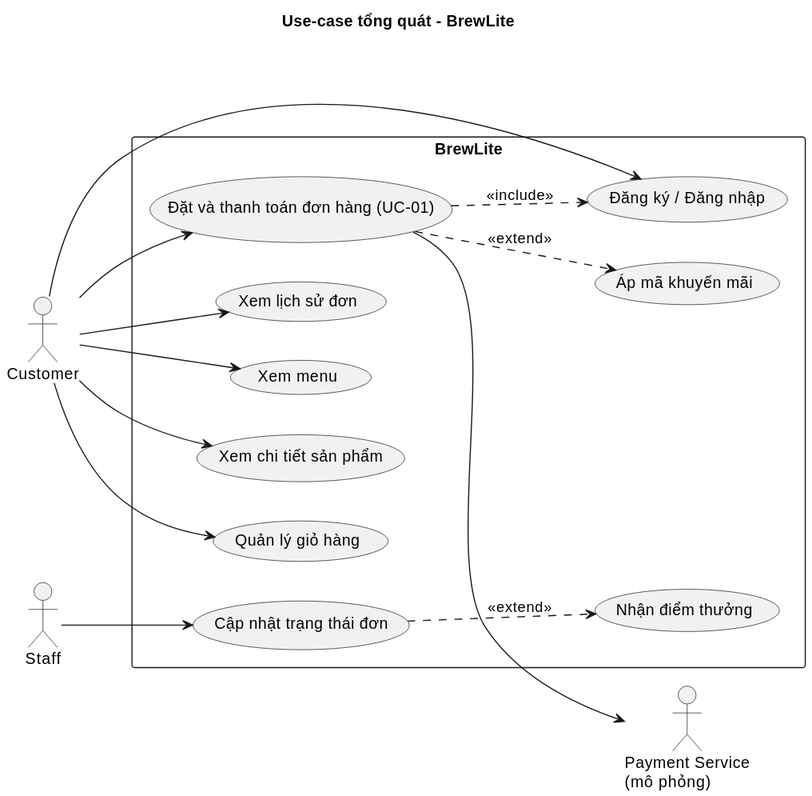
Above: docs/diagrams/usecase-overview.svg in tthan-prog/BrewLite (PlantUML), before the change.
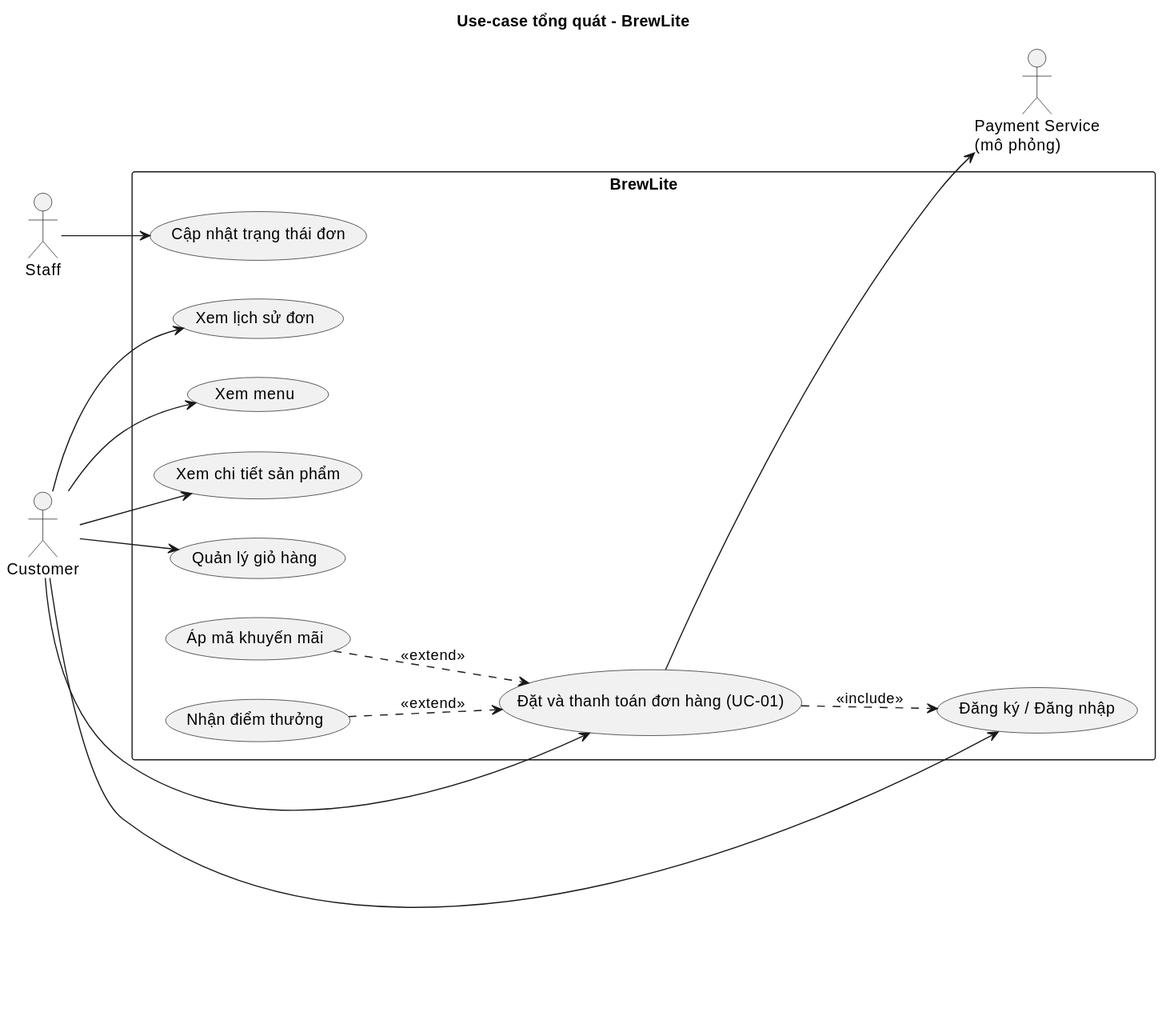
The same file after the commit.

Change to the diagram source:
```diff
@@ -28,6 +28,6 @@
 Staff --> UC_Status
 UC_Checkout --> PAY
 UC_Checkout ..> UC_Auth : <<include>>
-UC_Checkout ..> UC_Promo : <<extend>>
-UC_Status ..> UC_Loyalty : <<extend>>
+UC_Promo ..> UC_Checkout : <<extend>>
+UC_Loyalty ..> UC_Checkout : <<extend>>
 @enduml
```
